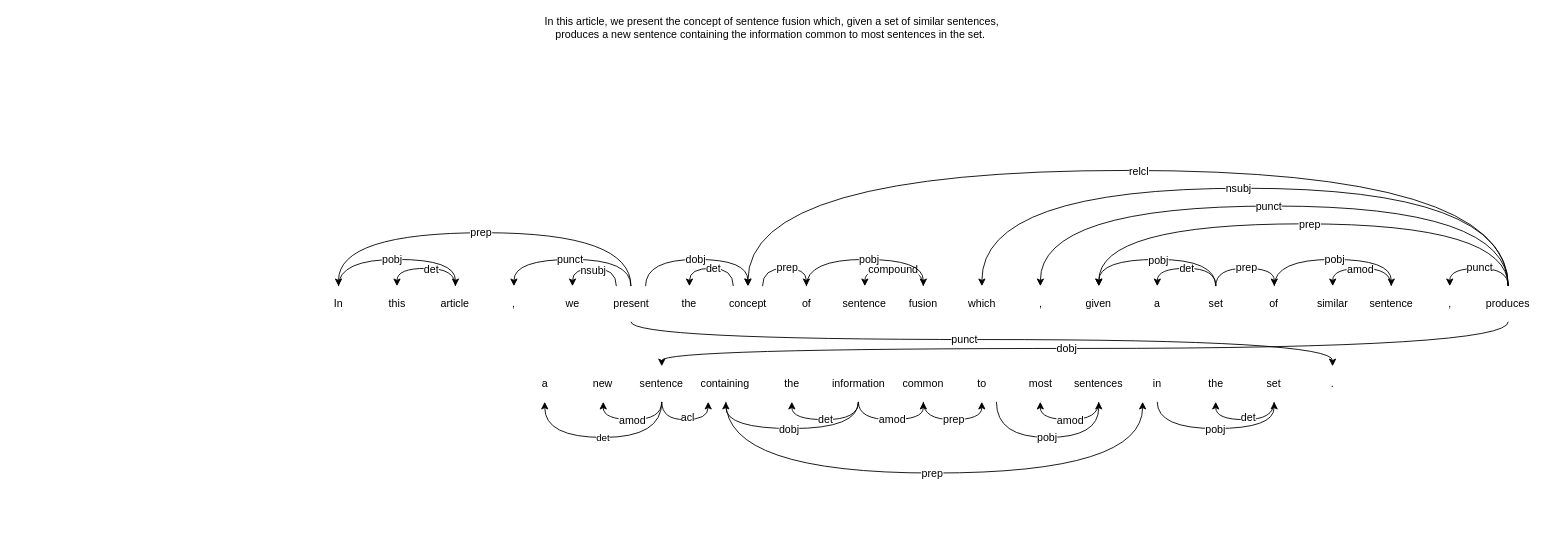
caramucho/displaCy keeps this draw.io diagram as sentence.drawio. Above is the earlier version. Source tidied: cells renumbered, new cells numbered last; positions are measured from the earlier drawing's top-left corner, leaving out a move shared by most shapes. Both pictures are drawn from the tidied source at 89%, with x=0, y=0 at pixel (309, 19).
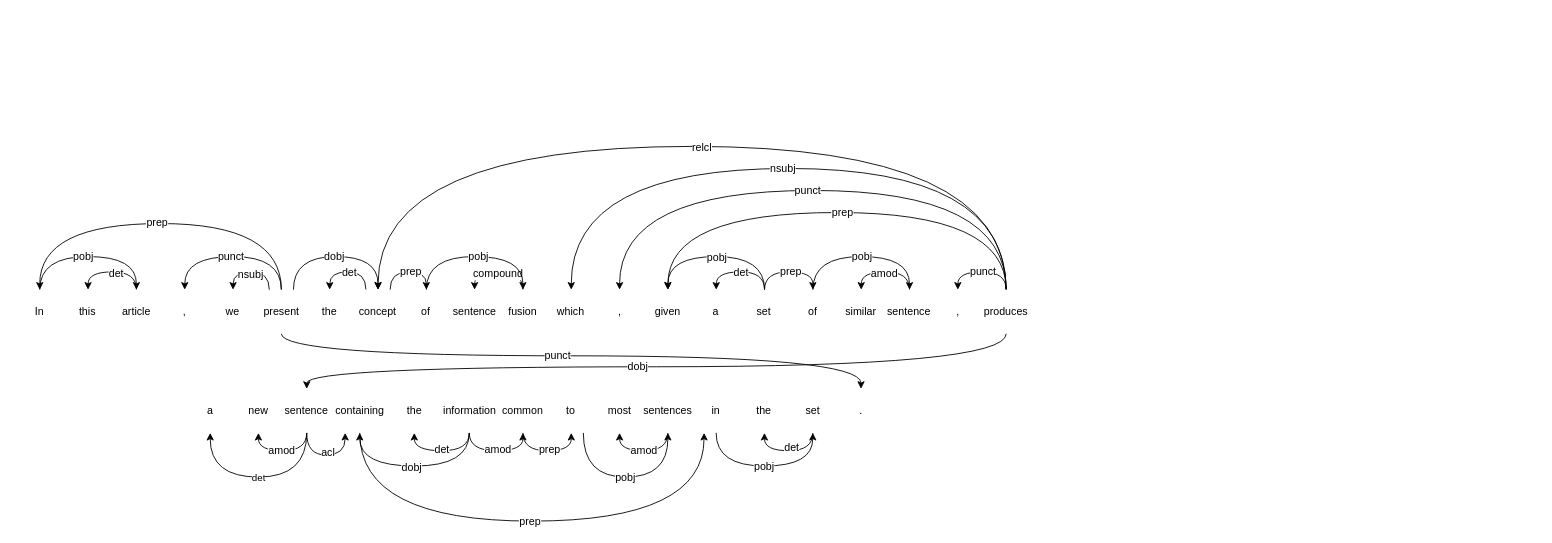
The same diagram, later.

What changed in the source:
```diff
@@
-    <mxCell id="2" value="In this article, we present the concept of sentence fusion which, given a set of similar sentences, produces a new sentence containing the information common to most sentences in the set.&amp;nbsp;" style="text;html=1;strokeColor=none;fillColor=none;align=center;verticalAlign=middle;whiteSpace=wrap;rounded=0;" parent="1" vertex="1">
-      <mxGeometry x="260" width="520" height="20" as="geometry" />
-    </mxCell>
+    <mxCell id="106" style="group;" parent="1" vertex="1">
+      <mxGeometry x="-330" y="143" width="1150" height="421" as="geometry" />
+    </mxCell>
+    <mxCell id="107" style="group;" parent="106" vertex="1">
+      <mxGeometry width="1140.2" height="421" as="geometry" />
+    </mxCell>
-    <mxCell id="3" style="group;" parent="1" vertex="1">
-      <mxGeometry y="170" width="1380" height="340" as="geometry" />
+    <mxCell id="3" style="group;" parent="107" vertex="1">
+      <mxGeometry width="1140.2" height="421" as="geometry" />
     </mxCell>
     <mxCell id="4" value="In" style="rounded=0;whiteSpace=wrap;html=1;strokeColor=none;" parent="3" vertex="1">
-      <mxGeometry y="130" width="65.7" height="40" as="geometry" />
+      <mxGeometry y="161" width="54.3" height="49.5" as="geometry" />
     </mxCell>
     <mxCell id="5" value="this" style="rounded=0;whiteSpace=wrap;html=1;strokeColor=none;" parent="3" vertex="1">
-      <mxGeometry x="65.7" y="130" width="65.7" height="40" as="geometry" />
+      <mxGeometry x="54.3" y="161" width="54.3" height="49.5" as="geometry" />
     </mxCell>
@@
     <mxCell id="8" style="edgeStyle=orthogonalEdgeStyle;curved=1;rounded=0;jettySize=auto;html=1;exitX=0.5;exitY=0;exitDx=0;exitDy=0;entryX=0.5;entryY=0;entryDx=0;entryDy=0;startArrow=classic;startFill=1;endArrow=none;endFill=0;" parent="3" edge="1" source="10" target="4">
       <mxGeometry relative="1" as="geometry">
         <Array as="points">
-          <mxPoint x="164.3" y="100" />
-          <mxPoint x="32.9" y="100" />
+          <mxPoint x="135.7" y="123.8" />
+          <mxPoint x="27.1" y="123.8" />
         </Array>
       </mxGeometry>
     </mxCell>
@@
     <mxCell id="10" value="article" style="rounded=0;whiteSpace=wrap;html=1;strokeColor=none;" parent="3" vertex="1">
-      <mxGeometry x="131.4" y="130" width="65.7" height="40" as="geometry" />
+      <mxGeometry x="108.6" y="161" width="54.3" height="49.5" as="geometry" />
     </mxCell>
     <mxCell id="11" style="edgeStyle=orthogonalEdgeStyle;curved=1;rounded=0;jettySize=auto;html=1;exitX=0.5;exitY=0;exitDx=0;exitDy=0;startArrow=classic;startFill=1;endArrow=none;endFill=0;" parent="3" edge="1" source="13">
       <mxGeometry relative="1" as="geometry">
-        <mxPoint x="361.4" y="130" as="targetPoint" />
+        <mxPoint x="298.6" y="161" as="targetPoint" />
         <Array as="points">
-          <mxPoint x="230" y="100" />
-          <mxPoint x="361.4" y="100" />
+          <mxPoint x="190" y="123.8" />
+          <mxPoint x="298.6" y="123.8" />
         </Array>
       </mxGeometry>
     </mxCell>
@@
     <mxCell id="13" value="," style="rounded=0;whiteSpace=wrap;html=1;strokeColor=none;" parent="3" vertex="1">
-      <mxGeometry x="197.1" y="130" width="65.7" height="40" as="geometry" />
+      <mxGeometry x="162.9" y="161" width="54.3" height="49.5" as="geometry" />
     </mxCell>
     <mxCell id="14" value="we" style="rounded=0;whiteSpace=wrap;html=1;strokeColor=none;" parent="3" vertex="1">
-      <mxGeometry x="262.9" y="130" width="65.7" height="40" as="geometry" />
+      <mxGeometry x="217.2" y="161" width="54.3" height="49.5" as="geometry" />
     </mxCell>
     <mxCell id="15" value="present" style="rounded=0;whiteSpace=wrap;html=1;strokeColor=none;" parent="3" vertex="1">
-      <mxGeometry x="328.6" y="130" width="65.7" height="40" as="geometry" />
+      <mxGeometry x="271.5" y="161" width="54.3" height="49.5" as="geometry" />
     </mxCell>
     <mxCell id="16" style="edgeStyle=orthogonalEdgeStyle;curved=1;rounded=0;jettySize=auto;html=1;exitX=0.5;exitY=0;exitDx=0;exitDy=0;entryX=0.5;entryY=0;entryDx=0;entryDy=0;startArrow=classic;startFill=1;endArrow=none;endFill=0;" parent="3" edge="1" source="4" target="15">
       <mxGeometry relative="1" as="geometry">
         <Array as="points">
-          <mxPoint x="33.4" y="70" />
-          <mxPoint x="361.1" y="70" />
+          <mxPoint x="27.6" y="86.7" />
+          <mxPoint x="298.3" y="86.7" />
         </Array>
       </mxGeometry>
     </mxCell>
@@
     <mxCell id="20" value="the" style="rounded=0;whiteSpace=wrap;html=1;strokeColor=none;" parent="3" vertex="1">
-      <mxGeometry x="394.3" y="130" width="65.7" height="40" as="geometry" />
+      <mxGeometry x="325.8" y="161" width="54.3" height="49.5" as="geometry" />
     </mxCell>
@@
     <mxCell id="23" value="concept" style="rounded=0;whiteSpace=wrap;html=1;strokeColor=none;" parent="3" vertex="1">
-      <mxGeometry x="460" y="130" width="65.7" height="40" as="geometry" />
+      <mxGeometry x="380.1" y="161" width="54.3" height="49.5" as="geometry" />
     </mxCell>
     <mxCell id="24" style="edgeStyle=orthogonalEdgeStyle;curved=1;rounded=0;jettySize=auto;html=1;exitX=0.75;exitY=0;exitDx=0;exitDy=0;entryX=0.5;entryY=0;entryDx=0;entryDy=0;startArrow=none;startFill=0;endArrow=classic;endFill=1;" parent="3" edge="1" source="15" target="23">
       <mxGeometry relative="1" as="geometry">
         <Array as="points">
-          <mxPoint x="378.4" y="100" />
-          <mxPoint x="493.4" y="100" />
+          <mxPoint x="312.6" y="123.8" />
+          <mxPoint x="407.6" y="123.8" />
         </Array>
       </mxGeometry>
     </mxCell>
@@
     <mxCell id="26" value="of" style="rounded=0;whiteSpace=wrap;html=1;strokeColor=none;" parent="3" vertex="1">
-      <mxGeometry x="525.7" y="130" width="65.7" height="40" as="geometry" />
+      <mxGeometry x="434.4" y="161" width="54.3" height="49.5" as="geometry" />
     </mxCell>
@@
     <mxCell id="29" value="sentence" style="rounded=0;whiteSpace=wrap;html=1;strokeColor=none;" parent="3" vertex="1">
-      <mxGeometry x="591.4" y="130" width="65.7" height="40" as="geometry" />
+      <mxGeometry x="488.6" y="161" width="54.3" height="49.5" as="geometry" />
     </mxCell>
@@
     <mxCell id="32" value="fusion" style="rounded=0;whiteSpace=wrap;html=1;strokeColor=none;" parent="3" vertex="1">
-      <mxGeometry x="657.1" y="130" width="65.7" height="40" as="geometry" />
+      <mxGeometry x="542.9" y="161" width="54.3" height="49.5" as="geometry" />
     </mxCell>
     <mxCell id="33" style="edgeStyle=orthogonalEdgeStyle;curved=1;rounded=0;jettySize=auto;html=1;exitX=0.5;exitY=0;exitDx=0;exitDy=0;entryX=0.5;entryY=0;entryDx=0;entryDy=0;startArrow=none;startFill=0;endArrow=classic;endFill=1;" parent="3" edge="1" source="26" target="32">
       <mxGeometry relative="1" as="geometry">
         <Array as="points">
-          <mxPoint x="558.6" y="100" />
-          <mxPoint x="690" y="100" />
+          <mxPoint x="461.5" y="123.8" />
+          <mxPoint x="570.1" y="123.8" />
         </Array>
       </mxGeometry>
     </mxCell>
@@
     <mxCell id="35" value="which" style="rounded=0;whiteSpace=wrap;html=1;strokeColor=none;" parent="3" vertex="1">
-      <mxGeometry x="722.9" y="130" width="65.7" height="40" as="geometry" />
+      <mxGeometry x="597.2" y="161" width="54.3" height="49.5" as="geometry" />
     </mxCell>
     <mxCell id="36" value="," style="rounded=0;whiteSpace=wrap;html=1;strokeColor=none;" parent="3" vertex="1">
-      <mxGeometry x="788.6" y="130" width="65.7" height="40" as="geometry" />
+      <mxGeometry x="651.5" y="161" width="54.3" height="49.5" as="geometry" />
     </mxCell>
     <mxCell id="37" value="given" style="rounded=0;whiteSpace=wrap;html=1;strokeColor=none;" parent="3" vertex="1">
-      <mxGeometry x="854.3" y="130" width="65.7" height="40" as="geometry" />
+      <mxGeometry x="705.8" y="161" width="54.3" height="49.5" as="geometry" />
     </mxCell>
     <mxCell id="38" value="a" style="rounded=0;whiteSpace=wrap;html=1;strokeColor=none;" parent="3" vertex="1">
-      <mxGeometry x="920" y="130" width="65.7" height="40" as="geometry" />
+      <mxGeometry x="760.1" y="161" width="54.3" height="49.5" as="geometry" />
     </mxCell>
@@
     <mxCell id="41" style="edgeStyle=orthogonalEdgeStyle;curved=1;rounded=0;jettySize=auto;html=1;exitX=0.5;exitY=0;exitDx=0;exitDy=0;entryX=0.5;entryY=0;entryDx=0;entryDy=0;startArrow=none;startFill=0;endArrow=classic;endFill=1;" parent="3" edge="1" source="43" target="37">
       <mxGeometry relative="1" as="geometry">
         <Array as="points">
-          <mxPoint x="1018.6" y="100" />
-          <mxPoint x="887.1" y="100" />
+          <mxPoint x="841.6" y="123.8" />
+          <mxPoint x="733" y="123.8" />
         </Array>
       </mxGeometry>
     </mxCell>
@@
     <mxCell id="43" value="set" style="rounded=0;whiteSpace=wrap;html=1;strokeColor=none;" parent="3" vertex="1">
-      <mxGeometry x="985.7" y="130" width="65.7" height="40" as="geometry" />
+      <mxGeometry x="814.4" y="161" width="54.3" height="49.5" as="geometry" />
     </mxCell>
     <mxCell id="44" value="of" style="rounded=0;whiteSpace=wrap;html=1;strokeColor=none;" parent="3" vertex="1">
-      <mxGeometry x="1051.4" y="130" width="65.7" height="40" as="geometry" />
+      <mxGeometry x="868.7" y="161" width="54.3" height="49.5" as="geometry" />
     </mxCell>
@@
     <mxCell id="47" value="similar" style="rounded=0;whiteSpace=wrap;html=1;strokeColor=none;" parent="3" vertex="1">
-      <mxGeometry x="1117.1" y="130" width="65.7" height="40" as="geometry" />
+      <mxGeometry x="923" y="161" width="54.3" height="49.5" as="geometry" />
     </mxCell>
@@
     <mxCell id="50" value="sentence" style="rounded=0;whiteSpace=wrap;html=1;strokeColor=none;" parent="3" vertex="1">
-      <mxGeometry x="1182.9" y="130" width="65.7" height="40" as="geometry" />
+      <mxGeometry x="977.3" y="161" width="54.3" height="49.5" as="geometry" />
     </mxCell>
     <mxCell id="51" style="edgeStyle=orthogonalEdgeStyle;curved=1;rounded=0;jettySize=auto;html=1;exitX=0.5;exitY=0;exitDx=0;exitDy=0;entryX=0.5;entryY=0;entryDx=0;entryDy=0;startArrow=none;startFill=0;endArrow=classic;endFill=1;" parent="3" edge="1" source="44" target="50">
       <mxGeometry relative="1" as="geometry">
         <Array as="points">
-          <mxPoint x="1084.3" y="100" />
-          <mxPoint x="1215.7" y="100" />
+          <mxPoint x="895.8" y="123.8" />
+          <mxPoint x="1004.4" y="123.8" />
         </Array>
       </mxGeometry>
     </mxCell>
@@
     <mxCell id="53" value="," style="rounded=0;whiteSpace=wrap;html=1;strokeColor=none;" parent="3" vertex="1">
-      <mxGeometry x="1248.6" y="130" width="65.7" height="40" as="geometry" />
+      <mxGeometry x="1031.6" y="161" width="54.3" height="49.5" as="geometry" />
     </mxCell>
     <mxCell id="54" style="edgeStyle=orthogonalEdgeStyle;curved=1;rounded=0;jettySize=auto;html=1;exitX=0.5;exitY=0;exitDx=0;exitDy=0;entryX=0.5;entryY=0;entryDx=0;entryDy=0;startArrow=none;startFill=0;endArrow=classic;endFill=1;" parent="3" edge="1" source="64" target="35">
       <mxGeometry relative="1" as="geometry">
         <Array as="points">
-          <mxPoint x="1347.8" y="20" />
-          <mxPoint x="755.6" y="20" />
+          <mxPoint x="1113.6" y="24.8" />
+          <mxPoint x="624.2" y="24.8" />
         </Array>
       </mxGeometry>
     </mxCell>
@@
     <mxCell id="56" style="edgeStyle=orthogonalEdgeStyle;curved=1;rounded=0;jettySize=auto;html=1;exitX=0.5;exitY=0;exitDx=0;exitDy=0;entryX=0.5;entryY=0;entryDx=0;entryDy=0;startArrow=none;startFill=0;endArrow=classic;endFill=1;" parent="3" edge="1" source="64" target="37">
       <mxGeometry relative="1" as="geometry">
         <Array as="points">
-          <mxPoint x="1347.8" y="60" />
-          <mxPoint x="886.7" y="60" />
+          <mxPoint x="1112.9" y="74.3" />
+          <mxPoint x="732.8" y="74.3" />
         </Array>
       </mxGeometry>
     </mxCell>
@@
     <mxCell id="58" style="edgeStyle=orthogonalEdgeStyle;curved=1;rounded=0;jettySize=auto;html=1;exitX=0.5;exitY=0;exitDx=0;exitDy=0;entryX=0.5;entryY=0;entryDx=0;entryDy=0;startArrow=none;startFill=0;endArrow=classic;endFill=1;" parent="3" edge="1" source="64" target="36">
       <mxGeometry relative="1" as="geometry">
         <Array as="points">
-          <mxPoint x="1347.8" y="40" />
-          <mxPoint x="822.2" y="40" />
+          <mxPoint x="1113.6" y="49.5" />
+          <mxPoint x="679.4" y="49.5" />
         </Array>
       </mxGeometry>
     </mxCell>
@@
     <mxCell id="62" style="edgeStyle=orthogonalEdgeStyle;curved=1;rounded=0;jettySize=auto;html=1;exitX=0.5;exitY=0;exitDx=0;exitDy=0;entryX=0.5;entryY=0;entryDx=0;entryDy=0;startArrow=none;startFill=0;endArrow=classic;endFill=1;" parent="3" edge="1" source="64" target="23">
       <mxGeometry relative="1" as="geometry">
         <Array as="points">
-          <mxPoint x="1346.6" />
-          <mxPoint x="493.4" />
+          <mxPoint x="1112.6" />
+          <mxPoint x="407.6" />
         </Array>
       </mxGeometry>
     </mxCell>
@@
     <mxCell id="64" value="produces" style="rounded=0;whiteSpace=wrap;html=1;strokeColor=none;" parent="3" vertex="1">
-      <mxGeometry x="1314.3" y="130" width="65.7" height="40" as="geometry" />
+      <mxGeometry x="1085.9" y="161" width="54.3" height="49.5" as="geometry" />
     </mxCell>
     <mxCell id="65" value="a" style="rounded=0;whiteSpace=wrap;html=1;strokeColor=none;" parent="3" vertex="1">
-      <mxGeometry x="231.7" y="220" width="65.7" height="40" as="geometry" />
+      <mxGeometry x="191.5" y="272.4" width="54.3" height="49.5" as="geometry" />
     </mxCell>
     <mxCell id="66" value="new" style="rounded=0;whiteSpace=wrap;html=1;strokeColor=none;" parent="3" vertex="1">
-      <mxGeometry x="297.4" y="220" width="65.7" height="40" as="geometry" />
+      <mxGeometry x="245.7" y="272.4" width="54.3" height="49.5" as="geometry" />
     </mxCell>
@@
     <mxCell id="69" value="det" style="edgeStyle=orthogonalEdgeStyle;curved=1;rounded=0;jettySize=auto;html=1;exitX=0.5;exitY=1;exitDx=0;exitDy=0;entryX=0.5;entryY=1;entryDx=0;entryDy=0;startArrow=none;startFill=0;endArrow=classic;endFill=1;" parent="3" edge="1" source="70" target="65">
       <mxGeometry relative="1" as="geometry">
         <Array as="points">
-          <mxPoint x="396.8" y="300" />
-          <mxPoint x="264.5" y="300" />
+          <mxPoint x="327.8" y="371.5" />
+          <mxPoint x="218.5" y="371.5" />
         </Array>
       </mxGeometry>
     </mxCell>
     <mxCell id="70" value="sentence" style="rounded=0;whiteSpace=wrap;html=1;strokeColor=none;" parent="3" vertex="1">
-      <mxGeometry x="363.2" y="220" width="65.7" height="40" as="geometry" />
+      <mxGeometry x="300" y="272.4" width="54.3" height="49.5" as="geometry" />
     </mxCell>
     <mxCell id="71" style="edgeStyle=orthogonalEdgeStyle;curved=1;rounded=0;jettySize=auto;html=1;exitX=0.5;exitY=1;exitDx=0;exitDy=0;entryX=0.5;entryY=0;entryDx=0;entryDy=0;startArrow=none;startFill=0;endArrow=classic;endFill=1;" parent="3" edge="1" source="64" target="70">
       <mxGeometry relative="1" as="geometry">
         <Array as="points">
-          <mxPoint x="1346.6" y="200" />
-          <mxPoint x="396.8" y="200" />
+          <mxPoint x="1112.6" y="247.6" />
+          <mxPoint x="327.8" y="247.6" />
         </Array>
       </mxGeometry>
     </mxCell>
@@
     <mxCell id="73" value="containing" style="rounded=0;whiteSpace=wrap;html=1;strokeColor=none;" parent="3" vertex="1">
-      <mxGeometry x="428.4" y="220" width="79.3" height="40" as="geometry" />
+      <mxGeometry x="353.9" y="272.4" width="65.6" height="49.5" as="geometry" />
     </mxCell>
     <mxCell id="74" style="edgeStyle=orthogonalEdgeStyle;curved=1;rounded=0;jettySize=auto;html=1;exitX=0.5;exitY=1;exitDx=0;exitDy=0;entryX=0.25;entryY=1;entryDx=0;entryDy=0;startArrow=none;startFill=0;endArrow=classic;endFill=1;" parent="3" edge="1" source="70" target="73">
       <mxGeometry relative="1" as="geometry">
         <Array as="points">
-          <mxPoint x="395.6" y="280" />
-          <mxPoint x="448.5" y="280" />
+          <mxPoint x="326.8" y="346.7" />
+          <mxPoint x="370.6" y="346.7" />
         </Array>
       </mxGeometry>
     </mxCell>
@@
     <mxCell id="76" value="the" style="rounded=0;whiteSpace=wrap;html=1;strokeColor=none;" parent="3" vertex="1">
-      <mxGeometry x="507.7" y="220" width="69" height="40" as="geometry" />
+      <mxGeometry x="419.5" y="272.4" width="57" height="49.5" as="geometry" />
     </mxCell>
@@
     <mxCell id="79" style="edgeStyle=orthogonalEdgeStyle;curved=1;rounded=0;jettySize=auto;html=1;exitX=0.5;exitY=1;exitDx=0;exitDy=0;entryX=0.5;entryY=1;entryDx=0;entryDy=0;startArrow=none;startFill=0;endArrow=classic;endFill=1;" parent="3" edge="1" source="81" target="73">
       <mxGeometry relative="1" as="geometry">
         <Array as="points">
-          <mxPoint x="617.5" y="290" />
-          <mxPoint x="468.1" y="290" />
+          <mxPoint x="510.2" y="359.1" />
+          <mxPoint x="386.7" y="359.1" />
         </Array>
       </mxGeometry>
     </mxCell>
@@
     <mxCell id="81" value="information" style="rounded=0;whiteSpace=wrap;html=1;strokeColor=none;" parent="3" vertex="1">
-      <mxGeometry x="576.7" y="220" width="80.5" height="40" as="geometry" />
+      <mxGeometry x="476.5" y="272.4" width="66.5" height="49.5" as="geometry" />
     </mxCell>
     <mxCell id="82" value="common" style="rounded=0;whiteSpace=wrap;html=1;strokeColor=none;" parent="3" vertex="1">
-      <mxGeometry x="657.1" y="220" width="65.7" height="40" as="geometry" />
+      <mxGeometry x="542.9" y="272.4" width="54.3" height="49.5" as="geometry" />
     </mxCell>
@@
     <mxCell id="85" value="to" style="rounded=0;whiteSpace=wrap;html=1;strokeColor=none;" parent="3" vertex="1">
-      <mxGeometry x="722.8" y="220" width="65.7" height="40" as="geometry" />
+      <mxGeometry x="597.2" y="272.4" width="54.3" height="49.5" as="geometry" />
     </mxCell>
@@
     <mxCell id="88" value="most" style="rounded=0;whiteSpace=wrap;html=1;strokeColor=none;" parent="3" vertex="1">
-      <mxGeometry x="788.5" y="220" width="65.7" height="40" as="geometry" />
+      <mxGeometry x="651.5" y="272.4" width="54.3" height="49.5" as="geometry" />
     </mxCell>
@@
     <mxCell id="91" value="sentences" style="rounded=0;whiteSpace=wrap;html=1;strokeColor=none;" parent="3" vertex="1">
-      <mxGeometry x="854.2" y="220" width="65.7" height="40" as="geometry" />
+      <mxGeometry x="705.8" y="272.4" width="54.3" height="49.5" as="geometry" />
     </mxCell>
     <mxCell id="92" style="edgeStyle=orthogonalEdgeStyle;curved=1;rounded=0;jettySize=auto;html=1;exitX=0.75;exitY=1;exitDx=0;exitDy=0;entryX=0.5;entryY=1;entryDx=0;entryDy=0;startArrow=none;startFill=0;endArrow=classic;endFill=1;" parent="3" edge="1" source="85" target="91">
       <mxGeometry relative="1" as="geometry">
         <Array as="points">
-          <mxPoint x="771.7" y="300" />
-          <mxPoint x="886.7" y="300" />
+          <mxPoint x="637.5" y="371.5" />
+          <mxPoint x="732.6" y="371.5" />
         </Array>
       </mxGeometry>
     </mxCell>
@@
     <mxCell id="94" value="in" style="rounded=0;whiteSpace=wrap;html=1;strokeColor=none;" parent="3" vertex="1">
-      <mxGeometry x="919.9" y="220" width="65.7" height="40" as="geometry" />
+      <mxGeometry x="760" y="272.4" width="54.3" height="49.5" as="geometry" />
     </mxCell>
     <mxCell id="95" style="edgeStyle=orthogonalEdgeStyle;curved=1;rounded=0;jettySize=auto;html=1;exitX=0.5;exitY=1;exitDx=0;exitDy=0;entryX=0.25;entryY=1;entryDx=0;entryDy=0;startArrow=none;startFill=0;endArrow=classic;endFill=1;" parent="3" edge="1" source="73" target="94">
       <mxGeometry relative="1" as="geometry">
         <Array as="points">
-          <mxPoint x="468.1" y="340" />
-          <mxPoint x="936.1" y="340" />
+          <mxPoint x="386.7" y="421" />
+          <mxPoint x="773.4" y="421" />
         </Array>
       </mxGeometry>
     </mxCell>
@@
     <mxCell id="97" value="the" style="rounded=0;whiteSpace=wrap;html=1;strokeColor=none;" parent="3" vertex="1">
-      <mxGeometry x="985.6" y="220" width="65.7" height="40" as="geometry" />
+      <mxGeometry x="814.3" y="272.4" width="54.3" height="49.5" as="geometry" />
     </mxCell>
@@
     <mxCell id="100" value="set" style="rounded=0;whiteSpace=wrap;html=1;strokeColor=none;" parent="3" vertex="1">
-      <mxGeometry x="1051.3" y="220" width="65.7" height="40" as="geometry" />
+      <mxGeometry x="868.6" y="272.4" width="54.3" height="49.5" as="geometry" />
     </mxCell>
     <mxCell id="101" style="edgeStyle=orthogonalEdgeStyle;curved=1;rounded=0;jettySize=auto;html=1;exitX=0.5;exitY=1;exitDx=0;exitDy=0;entryX=0.5;entryY=1;entryDx=0;entryDy=0;startArrow=none;startFill=0;endArrow=classic;endFill=1;" parent="3" edge="1" source="94" target="100">
       <mxGeometry relative="1" as="geometry">
         <Array as="points">
-          <mxPoint x="952.2" y="290" />
-          <mxPoint x="1084.5" y="290" />
+          <mxPoint x="786.7" y="359.1" />
+          <mxPoint x="896" y="359.1" />
         </Array>
       </mxGeometry>
     </mxCell>
@@
     <mxCell id="103" value="." style="rounded=0;whiteSpace=wrap;html=1;strokeColor=none;" parent="3" vertex="1">
-      <mxGeometry x="1116.9" y="220" width="65.7" height="40" as="geometry" />
+      <mxGeometry x="922.8" y="272.4" width="54.3" height="49.5" as="geometry" />
     </mxCell>
     <mxCell id="104" style="edgeStyle=orthogonalEdgeStyle;curved=1;rounded=0;jettySize=auto;html=1;exitX=0.5;exitY=1;exitDx=0;exitDy=0;entryX=0.5;entryY=0;entryDx=0;entryDy=0;startArrow=none;startFill=0;endArrow=classic;endFill=1;" parent="3" edge="1" source="15" target="103">
       <mxGeometry relative="1" as="geometry">
         <Array as="points">
-          <mxPoint x="361.1" y="190" />
-          <mxPoint x="1150" y="190" />
+          <mxPoint x="298.3" y="235.3" />
+          <mxPoint x="950.1" y="235.3" />
         </Array>
       </mxGeometry>
     </mxCell>
```
